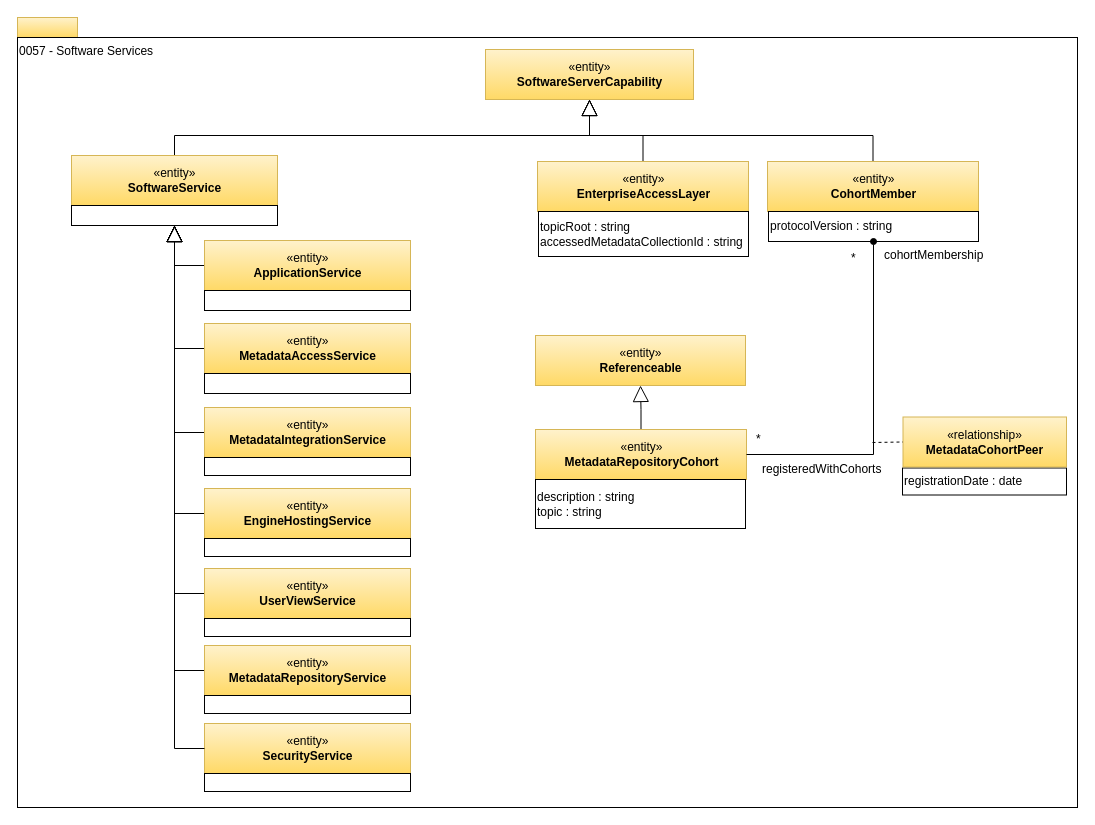
Above: page "0057-Integration-Capabilities" (27 of 29) of site/docs/types/0/area-0-basic-types-and-infrastructure.drawio in odpi/egeria-docs (draw.io), before the change. Source tidied: cells renumbered, new cells numbered last; positions are measured from the earlier drawing's top-left corner, leaving out a move shared by most shapes. Both pictures are drawn from the tidied source at 100%, with x=0, y=0 at pixel (17, 17).
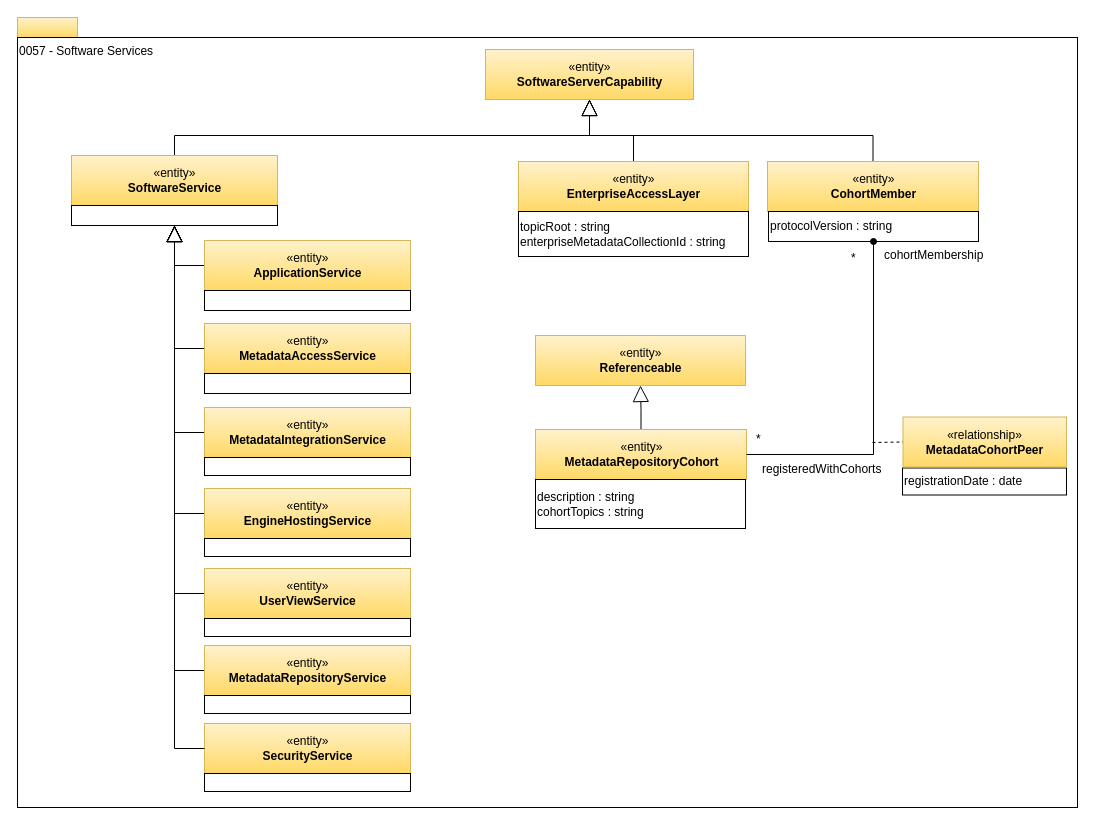
The same page after the edit.

The edit, as a diff of the source:
```diff
@@
     <mxCell id="25" value="«entity»&lt;br&gt;&lt;b&gt;EnterpriseAccessLayer&lt;/b&gt;" style="html=1;strokeColor=#d6b656;align=center;fillColor=#fff2cc;gradientColor=#ffd966;" parent="1" vertex="1">
-      <mxGeometry x="520" y="144" width="211" height="50" as="geometry" />
+      <mxGeometry x="501" y="144" width="230" height="50" as="geometry" />
     </mxCell>
-    <mxCell id="26" value="topicRoot : string&lt;br&gt;accessedMetadataCollectionId : string" style="rounded=0;whiteSpace=wrap;html=1;strokeColor=#000000;gradientColor=#ffffff;align=left;" parent="1" vertex="1">
-      <mxGeometry x="521" y="194" width="210" height="45" as="geometry" />
+    <mxCell id="26" value="topicRoot : string&lt;br&gt;enterpriseMetadataCollectionId : string" style="rounded=0;whiteSpace=wrap;html=1;strokeColor=#000000;gradientColor=#ffffff;align=left;" parent="1" vertex="1">
+      <mxGeometry x="501" y="194" width="230" height="45" as="geometry" />
     </mxCell>
@@
-    <mxCell id="29" value="description : string&lt;br&gt;topic : string" style="rounded=0;whiteSpace=wrap;html=1;strokeColor=#000000;gradientColor=#ffffff;align=left;" parent="1" vertex="1">
+    <mxCell id="29" value="description : string&lt;br&gt;cohortTopics : string" style="rounded=0;whiteSpace=wrap;html=1;strokeColor=#000000;gradientColor=#ffffff;align=left;" parent="1" vertex="1">
       <mxGeometry x="518" y="462" width="210" height="49" as="geometry" />
     </mxCell>
```
